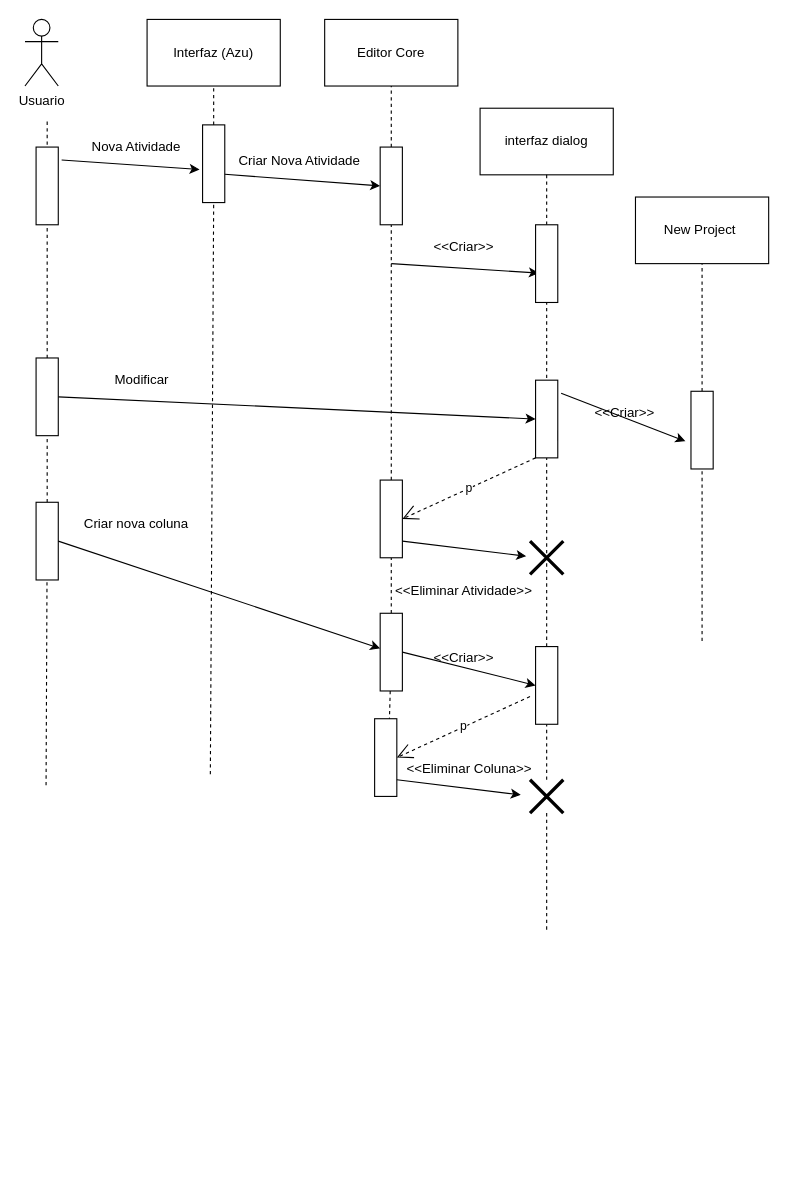
Earlier version of the draw.io diagram Diagrama sin título.drawio (GustavoGamarra95/Berenice). Source tidied: cells renumbered, new cells numbered last; positions are measured from the earlier drawing's top-left corner, leaving out a move shared by most shapes. Both pictures are drawn from the tidied source at 111%, with x=0, y=0 at pixel (8, 19).
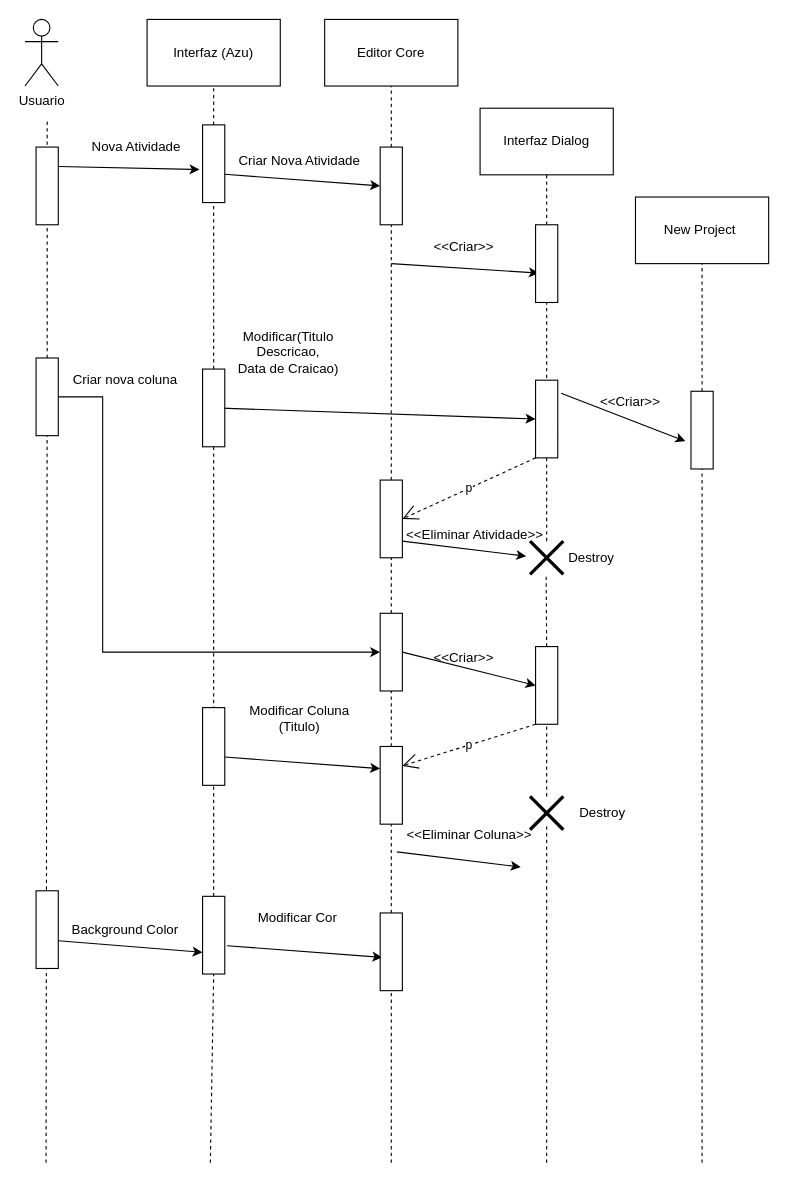
The same page after the edit.

The change refers to these unchanged cells:
```xml
<mxCell id="10" style="rounded=0;whiteSpace=wrap;html=1;rotation=90;" parent="1" vertex="1">
  <mxGeometry y="140" width="70" height="20" as="geometry" />
</mxCell>
<mxCell id="12" style="rounded=0;whiteSpace=wrap;html=1;rotation=90;" parent="1" vertex="1">
  <mxGeometry x="150" y="120" width="70" height="20" as="geometry" />
</mxCell>
<mxCell id="34" style="rounded=0;whiteSpace=wrap;html=1;rotation=90;" parent="1" vertex="1">
  <mxGeometry x="590" y="360" width="70" height="20" as="geometry" />
</mxCell>
<mxCell id="43" style="rounded=0;whiteSpace=wrap;html=1;rotation=90;" parent="1" vertex="1">
  <mxGeometry x="310" y="560" width="70" height="20" as="geometry" />
</mxCell>
<mxCell id="48" style="rounded=0;whiteSpace=wrap;html=1;rotation=90;" parent="1" vertex="1">
  <mxGeometry x="450" y="350" width="70" height="20" as="geometry" />
</mxCell>
<mxCell id="50" style="rounded=0;whiteSpace=wrap;html=1;rotation=90;" parent="1" vertex="1">
  <mxGeometry x="450" y="590" width="70" height="20" as="geometry" />
</mxCell>
```

Diff of the diagram source:
```diff
@@
-    <mxCell id="5" style="endArrow=none;dashed=1;html=1;rounded=0;" parent="1" edge="1" source="9">
+    <mxCell id="5" style="endArrow=none;dashed=1;html=1;rounded=0;" parent="1" edge="1">
       <mxGeometry relative="1" as="geometry">
+        <mxPoint x="35" y="305" as="sourcePoint" />
         <mxPoint x="35" y="90" as="targetPoint" />
       </mxGeometry>
     </mxCell>
@@
-    <mxCell id="8" style="endArrow=none;dashed=1;html=1;rounded=0;" parent="1" edge="1" source="39" target="9">
-      <mxGeometry relative="1" as="geometry" />
-    </mxCell>
-    <mxCell id="9" style="rounded=0;whiteSpace=wrap;html=1;rotation=90;" parent="1" vertex="1">
-      <mxGeometry y="330" width="70" height="20" as="geometry" />
-    </mxCell>
@@
-    <mxCell id="11" style="endArrow=none;dashed=1;html=1;rounded=0;entryX=1;entryY=0.5;entryDx=0;entryDy=0;" parent="1" edge="1" target="12">
-      <mxGeometry relative="1" as="geometry">
-        <mxPoint x="182" y="680" as="sourcePoint" />
-      </mxGeometry>
+    <mxCell id="11" style="endArrow=none;dashed=1;html=1;rounded=0;entryX=1;entryY=0.5;entryDx=0;entryDy=0;" parent="1" edge="1" source="59" target="12">
+      <mxGeometry relative="1" as="geometry" />
     </mxCell>
@@
-    <mxCell id="15" style="endArrow=classic;html=1;rounded=0;exitX=0.167;exitY=-0.152;exitDx=0;exitDy=0;exitPerimeter=0;entryX=0.574;entryY=1.136;entryDx=0;entryDy=0;entryPerimeter=0;" parent="1" edge="1" source="10" target="12">
+    <mxCell id="15" style="endArrow=classic;html=1;rounded=0;exitX=0.25;exitY=0;exitDx=0;exitDy=0;entryX=0.574;entryY=1.136;entryDx=0;entryDy=0;entryPerimeter=0;" parent="1" edge="1" source="10" target="12">
       <mxGeometry relative="1" as="geometry" />
     </mxCell>
@@
-    <mxCell id="23" style="endArrow=none;dashed=1;html=1;rounded=0;entryX=1;entryY=0.5;entryDx=0;entryDy=0;" parent="1" edge="1" source="50" target="48">
-      <mxGeometry relative="1" as="geometry" />
+    <mxCell id="23" style="endArrow=none;dashed=1;html=1;rounded=0;entryX=1;entryY=0.5;entryDx=0;entryDy=0;" parent="1" edge="1" target="48">
+      <mxGeometry relative="1" as="geometry">
+        <mxPoint x="485" y="470" as="sourcePoint" />
+      </mxGeometry>
     </mxCell>
-    <mxCell id="24" style="endArrow=classic;html=1;rounded=0;exitX=0.5;exitY=0;exitDx=0;exitDy=0;entryX=0.5;entryY=1;entryDx=0;entryDy=0;" parent="1" edge="1" source="9" target="48">
-      <mxGeometry relative="1" as="geometry" />
+    <mxCell id="24" style="endArrow=classic;html=1;rounded=0;entryX=0.5;entryY=1;entryDx=0;entryDy=0;" parent="1" edge="1" target="48">
+      <mxGeometry relative="1" as="geometry">
+        <mxPoint x="185" y="350" as="sourcePoint" />
+      </mxGeometry>
     </mxCell>
@@
     <mxCell id="30" value="&amp;lt;&amp;lt;Eliminar Atividade&amp;gt;&amp;gt;" style="text;html=1;align=center;verticalAlign=middle;strokeColor=none;fillColor=none;" parent="1" vertex="1">
-      <mxGeometry x="335" y="500" width="150" height="30" as="geometry" />
+      <mxGeometry x="345" y="450" width="150" height="30" as="geometry" />
     </mxCell>
-    <mxCell id="31" value="interfaz dialog&lt;br&gt;" style="rounded=0;whiteSpace=wrap;html=1;" parent="1" vertex="1">
+    <mxCell id="31" value="Interfaz Dialog" style="rounded=0;whiteSpace=wrap;html=1;" parent="1" vertex="1">
       <mxGeometry x="425" y="80" width="120" height="60" as="geometry" />
     </mxCell>
@@
     <mxCell id="33" style="endArrow=none;dashed=1;html=1;rounded=0;entryX=1;entryY=0.5;entryDx=0;entryDy=0;" parent="1" edge="1" target="34">
       <mxGeometry relative="1" as="geometry">
-        <mxPoint x="625" y="560" as="sourcePoint" />
+        <mxPoint x="625" y="1030" as="sourcePoint" />
       </mxGeometry>
     </mxCell>
@@
     <mxCell id="35" value="&amp;lt;&amp;lt;Criar&amp;gt;&amp;gt;" style="text;html=1;align=center;verticalAlign=middle;strokeColor=none;fillColor=none;" parent="1" vertex="1">
-      <mxGeometry x="515" y="340" width="80" height="30" as="geometry" />
+      <mxGeometry x="520" y="330" width="80" height="30" as="geometry" />
     </mxCell>
@@
-    <mxCell id="37" value="Modificar" style="text;html=1;align=center;verticalAlign=middle;strokeColor=none;fillColor=none;" parent="1" vertex="1">
-      <mxGeometry x="85" y="310" width="70" height="30" as="geometry" />
+    <mxCell id="37" value="Modificar(Titulo&lt;br&gt;Descricao, &lt;br&gt;Data de Craicao)" style="text;html=1;align=center;verticalAlign=middle;strokeColor=none;fillColor=none;" parent="1" vertex="1">
+      <mxGeometry x="197" y="270" width="110" height="60" as="geometry" />
     </mxCell>
     <mxCell id="38" style="endArrow=none;dashed=1;html=1;rounded=0;" parent="1" edge="1" target="39">
       <mxGeometry relative="1" as="geometry">
-        <mxPoint x="34" y="690" as="sourcePoint" />
+        <mxPoint x="34" y="1030" as="sourcePoint" />
       </mxGeometry>
     </mxCell>
     <mxCell id="39" style="rounded=0;whiteSpace=wrap;html=1;rotation=90;" parent="1" vertex="1">
-      <mxGeometry y="460" width="70" height="20" as="geometry" />
+      <mxGeometry y="330" width="70" height="20" as="geometry" />
     </mxCell>
     <mxCell id="40" style="endArrow=classic;html=1;rounded=0;exitX=0.5;exitY=0;exitDx=0;exitDy=0;" parent="1" edge="1" source="39" target="43">
-      <mxGeometry relative="1" as="geometry" />
+      <mxGeometry relative="1" as="geometry">
+        <Array as="points">
+          <mxPoint x="85" y="340" />
+          <mxPoint x="85" y="570" />
+        </Array>
+      </mxGeometry>
     </mxCell>
     <mxCell id="41" value="Criar nova coluna" style="text;html=1;align=center;verticalAlign=middle;strokeColor=none;fillColor=none;" parent="1" vertex="1">
-      <mxGeometry x="55" y="440" width="120" height="30" as="geometry" />
+      <mxGeometry x="45" y="310" width="120" height="30" as="geometry" />
     </mxCell>
-    <mxCell id="42" style="endArrow=none;dashed=1;html=1;rounded=0;" parent="1" edge="1" target="43">
-      <mxGeometry relative="1" as="geometry">
-        <mxPoint x="342" y="680" as="sourcePoint" />
-      </mxGeometry>
+    <mxCell id="42" style="endArrow=none;dashed=1;html=1;rounded=0;" parent="1" edge="1" source="53" target="43">
+      <mxGeometry relative="1" as="geometry" />
     </mxCell>
@@
-    <mxCell id="52" value="p" style="endArrow=open;endSize=12;dashed=1;html=1;rounded=0;exitX=1;exitY=1;exitDx=0;exitDy=0;" parent="1" edge="1">
-      <mxGeometry relative="1" as="geometry">
-        <mxPoint x="470" y="610" as="sourcePoint" />
-        <mxPoint x="350" y="665" as="targetPoint" />
-      </mxGeometry>
+    <mxCell id="52" value="p" style="endArrow=open;endSize=12;dashed=1;html=1;rounded=0;exitX=1;exitY=1;exitDx=0;exitDy=0;entryX=0.25;entryY=0;entryDx=0;entryDy=0;" parent="1" edge="1" source="50" target="53">
+      <mxGeometry relative="1" as="geometry" />
     </mxCell>
-    <mxCell id="53" style="rounded=0;whiteSpace=wrap;html=1;rotation=90;" parent="1" vertex="1">
-      <mxGeometry x="305" y="655" width="70" height="20" as="geometry" />
-    </mxCell>
     <mxCell id="54" style="endArrow=classic;html=1;rounded=0;exitX=0.5;exitY=0;exitDx=0;exitDy=0;entryX=0.408;entryY=0.919;entryDx=0;entryDy=0;entryPerimeter=0;" parent="1" edge="1">
       <mxGeometry relative="1" as="geometry">
-        <mxPoint x="350" y="685" as="sourcePoint" />
-        <mxPoint x="461.6" y="698.6" as="targetPoint" />
+        <mxPoint x="350" y="750" as="sourcePoint" />
+        <mxPoint x="461.6" y="763.6" as="targetPoint" />
       </mxGeometry>
     </mxCell>
     <mxCell id="55" style="endArrow=none;dashed=1;html=1;rounded=0;" parent="1" edge="1" target="56">
       <mxGeometry relative="1" as="geometry">
-        <mxPoint x="485" y="820" as="sourcePoint" />
+        <mxPoint x="485" y="1030" as="sourcePoint" />
       </mxGeometry>
     </mxCell>
     <mxCell id="56" style="shape=umlDestroy;whiteSpace=wrap;html=1;strokeWidth=3;targetShapes=umlLifeline;" parent="1" vertex="1">
-      <mxGeometry x="470" y="685" width="30" height="30" as="geometry" />
+      <mxGeometry x="470" y="700" width="30" height="30" as="geometry" />
     </mxCell>
     <mxCell id="57" value="&amp;lt;&amp;lt;Eliminar Coluna&amp;gt;&amp;gt;" style="text;html=1;align=center;verticalAlign=middle;strokeColor=none;fillColor=none;" parent="1" vertex="1">
-      <mxGeometry x="345" y="660" width="140" height="30" as="geometry" />
+      <mxGeometry x="345" y="720" width="140" height="30" as="geometry" />
     </mxCell>
+    <mxCell id="53" style="rounded=0;whiteSpace=wrap;html=1;rotation=90;" parent="1" vertex="1">
+      <mxGeometry x="310" y="680" width="70" height="20" as="geometry" />
+    </mxCell>
+    <mxCell id="58" style="endArrow=none;dashed=1;html=1;rounded=0;entryX=1;entryY=0.5;entryDx=0;entryDy=0;" parent="1" edge="1" source="70" target="59">
+      <mxGeometry relative="1" as="geometry" />
+    </mxCell>
+    <mxCell id="59" style="rounded=0;whiteSpace=wrap;html=1;rotation=90;" parent="1" vertex="1">
+      <mxGeometry x="150" y="340" width="70" height="20" as="geometry" />
+    </mxCell>
+    <mxCell id="60" value="Modificar Coluna&lt;br&gt;(Titulo)" style="text;html=1;align=center;verticalAlign=middle;strokeColor=none;fillColor=none;" parent="1" vertex="1">
+      <mxGeometry x="207" y="610" width="110" height="40" as="geometry" />
+    </mxCell>
+    <mxCell id="61" style="endArrow=classic;html=1;rounded=0;exitX=0.167;exitY=-0.152;exitDx=0;exitDy=0;exitPerimeter=0;entryX=0.5;entryY=1;entryDx=0;entryDy=0;" parent="1" edge="1">
+      <mxGeometry relative="1" as="geometry">
+        <mxPoint x="195" y="664.5" as="sourcePoint" />
+        <mxPoint x="335" y="675" as="targetPoint" />
+      </mxGeometry>
+    </mxCell>
+    <mxCell id="62" style="rounded=0;whiteSpace=wrap;html=1;rotation=90;" parent="1" vertex="1">
+      <mxGeometry x="150" y="645" width="70" height="20" as="geometry" />
+    </mxCell>
+    <mxCell id="63" style="endArrow=none;dashed=1;html=1;rounded=0;entryX=1;entryY=0.5;entryDx=0;entryDy=0;" parent="1" edge="1" source="56">
+      <mxGeometry relative="1" as="geometry">
+        <mxPoint x="485" y="725" as="targetPoint" />
+      </mxGeometry>
+    </mxCell>
+    <mxCell id="64" style="endArrow=none;dashed=1;html=1;rounded=0;" parent="1" edge="1" source="74" target="53">
+      <mxGeometry relative="1" as="geometry" />
+    </mxCell>
+    <mxCell id="65" value="Background Color" style="text;html=1;align=center;verticalAlign=middle;strokeColor=none;fillColor=none;" parent="1" vertex="1">
+      <mxGeometry x="45" y="805" width="120" height="30" as="geometry" />
+    </mxCell>
+    <mxCell id="66" style="rounded=0;whiteSpace=wrap;html=1;rotation=90;" parent="1" vertex="1">
+      <mxGeometry y="810" width="70" height="20" as="geometry" />
+    </mxCell>
+    <mxCell id="67" value="Destroy" style="text;html=1;align=center;verticalAlign=middle;strokeColor=none;fillColor=none;" parent="1" vertex="1">
+      <mxGeometry x="495" y="470" width="60" height="30" as="geometry" />
+    </mxCell>
+    <mxCell id="68" style="endArrow=none;dashed=1;html=1;rounded=0;entryX=1;entryY=0.5;entryDx=0;entryDy=0;exitX=0;exitY=0.5;exitDx=0;exitDy=0;" parent="1" edge="1" source="50">
+      <mxGeometry relative="1" as="geometry">
+        <mxPoint x="484.5" y="499" as="targetPoint" />
+      </mxGeometry>
+    </mxCell>
+    <mxCell id="69" style="endArrow=none;dashed=1;html=1;rounded=0;entryX=1;entryY=0.5;entryDx=0;entryDy=0;" parent="1" edge="1" target="70">
+      <mxGeometry relative="1" as="geometry">
+        <mxPoint x="182" y="1030" as="sourcePoint" />
+      </mxGeometry>
+    </mxCell>
+    <mxCell id="70" style="rounded=0;whiteSpace=wrap;html=1;rotation=90;" parent="1" vertex="1">
+      <mxGeometry x="150" y="815" width="70" height="20" as="geometry" />
+    </mxCell>
+    <mxCell id="71" value="Modificar Cor&amp;nbsp;" style="text;html=1;align=center;verticalAlign=middle;strokeColor=none;fillColor=none;" parent="1" vertex="1">
+      <mxGeometry x="212" y="795" width="100" height="30" as="geometry" />
+    </mxCell>
+    <mxCell id="72" style="endArrow=classic;html=1;rounded=0;exitX=0.167;exitY=-0.152;exitDx=0;exitDy=0;exitPerimeter=0;entryX=0.5;entryY=1;entryDx=0;entryDy=0;" parent="1" edge="1">
+      <mxGeometry relative="1" as="geometry">
+        <mxPoint x="197" y="834.5" as="sourcePoint" />
+        <mxPoint x="337" y="845" as="targetPoint" />
+      </mxGeometry>
+    </mxCell>
+    <mxCell id="73" style="endArrow=none;dashed=1;html=1;rounded=0;" parent="1" edge="1" target="74">
+      <mxGeometry relative="1" as="geometry">
+        <mxPoint x="345" y="1030" as="sourcePoint" />
+      </mxGeometry>
+    </mxCell>
+    <mxCell id="74" style="rounded=0;whiteSpace=wrap;html=1;rotation=90;" parent="1" vertex="1">
+      <mxGeometry x="310" y="830" width="70" height="20" as="geometry" />
+    </mxCell>
+    <mxCell id="75" style="endArrow=classic;html=1;rounded=0;entryX=0.5;entryY=1;entryDx=0;entryDy=0;" parent="1" edge="1">
+      <mxGeometry relative="1" as="geometry">
+        <mxPoint x="45" y="830" as="sourcePoint" />
+        <mxPoint x="175" y="840.5" as="targetPoint" />
+      </mxGeometry>
+    </mxCell>
+    <mxCell id="76" value="Destroy" style="text;html=1;align=center;verticalAlign=middle;strokeColor=none;fillColor=none;" parent="1" vertex="1">
+      <mxGeometry x="505" y="700" width="60" height="30" as="geometry" />
+    </mxCell>
```
